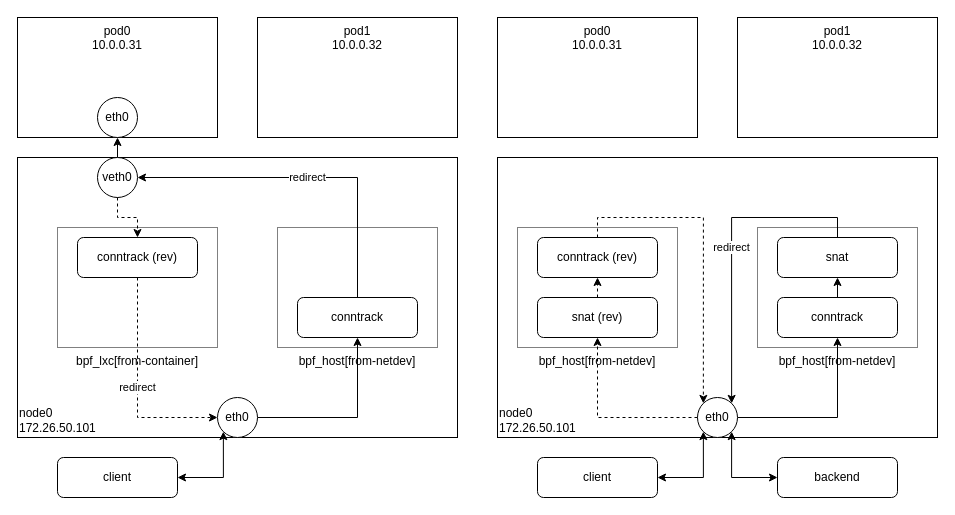
This is page "nodeport.redirect.vxlan" (9 of 10) of k8s.cilium/cilium.drawio from haruband/codebook, a draw.io file, before an edit. Source tidied: cells renumbered, new cells numbered last; positions are measured from the earlier drawing's top-left corner, leaving out a move shared by most shapes. Both pictures are drawn from the tidied source at 100%, with x=0, y=0 at pixel (17, 17).
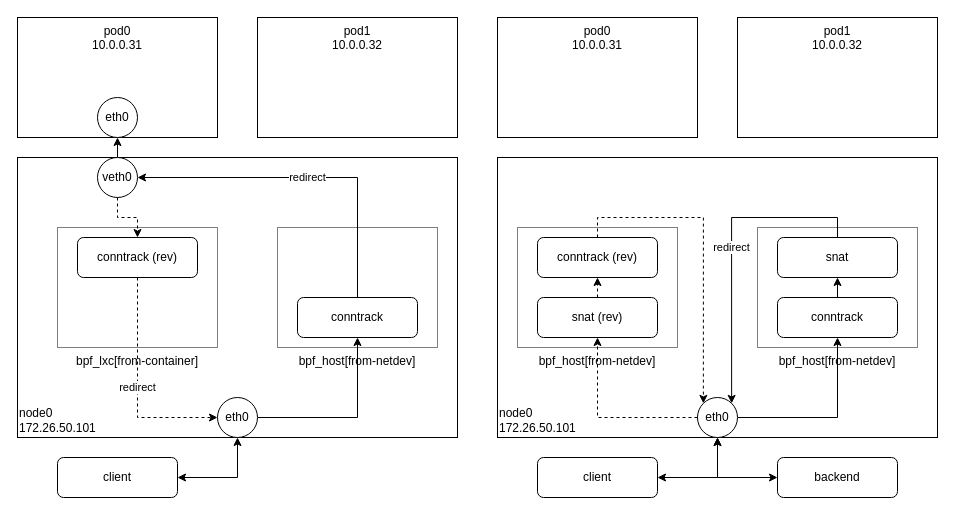
After the change.

The change refers to these unchanged cells:
```xml
<mxCell id="9" value="eth0" style="ellipse;whiteSpace=wrap;html=1;fontSize=12;" parent="1" vertex="1">
  <mxGeometry x="200" y="380" width="40" height="40" as="geometry" />
</mxCell>
<mxCell id="11" value="client" style="rounded=1;whiteSpace=wrap;html=1;align=center;" parent="1" vertex="1">
  <mxGeometry x="40" y="440" width="120" height="40" as="geometry" />
</mxCell>
<mxCell id="20" value="eth0" style="ellipse;whiteSpace=wrap;html=1;fontSize=12;" parent="1" vertex="1">
  <mxGeometry x="680" y="380" width="40" height="40" as="geometry" />
</mxCell>
<mxCell id="28" value="client" style="rounded=1;whiteSpace=wrap;html=1;align=center;" parent="1" vertex="1">
  <mxGeometry x="520" y="440" width="120" height="40" as="geometry" />
</mxCell>
<mxCell id="30" value="backend" style="rounded=1;whiteSpace=wrap;html=1;align=center;" parent="1" vertex="1">
  <mxGeometry x="760" y="440" width="120" height="40" as="geometry" />
</mxCell>
```

What changed in the source:
```diff
@@
-    <mxCell id="10" style="edgeStyle=orthogonalEdgeStyle;rounded=0;jettySize=auto;html=1;exitX=1;exitY=0.5;exitDx=0;exitDy=0;entryX=0;entryY=1;entryDx=0;entryDy=0;startFill=1;startArrow=classic;endArrow=classic;endFill=1;" parent="1" edge="1" source="11" target="9">
+    <mxCell id="10" style="edgeStyle=orthogonalEdgeStyle;rounded=0;jettySize=auto;html=1;exitX=1;exitY=0.5;exitDx=0;exitDy=0;entryX=0.5;entryY=1;entryDx=0;entryDy=0;startFill=1;startArrow=classic;endArrow=classic;endFill=1;" parent="1" edge="1" source="11" target="9">
       <mxGeometry relative="1" as="geometry" />
     </mxCell>
@@
-    <mxCell id="27" style="edgeStyle=orthogonalEdgeStyle;rounded=0;jettySize=auto;html=1;exitX=1;exitY=0.5;exitDx=0;exitDy=0;entryX=0;entryY=1;entryDx=0;entryDy=0;startFill=1;startArrow=classic;endArrow=classic;endFill=1;" parent="1" edge="1" source="28" target="20">
+    <mxCell id="27" style="edgeStyle=orthogonalEdgeStyle;rounded=0;jettySize=auto;html=1;exitX=1;exitY=0.5;exitDx=0;exitDy=0;startFill=1;startArrow=classic;endArrow=classic;endFill=1;entryX=0.5;entryY=1;entryDx=0;entryDy=0;" parent="1" edge="1" source="28" target="20">
       <mxGeometry relative="1" as="geometry" />
     </mxCell>
@@
-    <mxCell id="29" style="edgeStyle=orthogonalEdgeStyle;rounded=0;jettySize=auto;html=1;exitX=0;exitY=0.5;exitDx=0;exitDy=0;entryX=1;entryY=1;entryDx=0;entryDy=0;startFill=1;startArrow=classic;endArrow=classic;endFill=1;" parent="1" edge="1" source="30" target="20">
+    <mxCell id="29" style="edgeStyle=orthogonalEdgeStyle;rounded=0;jettySize=auto;html=1;exitX=0;exitY=0.5;exitDx=0;exitDy=0;entryX=0.5;entryY=1;entryDx=0;entryDy=0;startArrow=classic;startFill=1;" parent="1" edge="1" source="30" target="20">
       <mxGeometry relative="1" as="geometry" />
     </mxCell>
```
